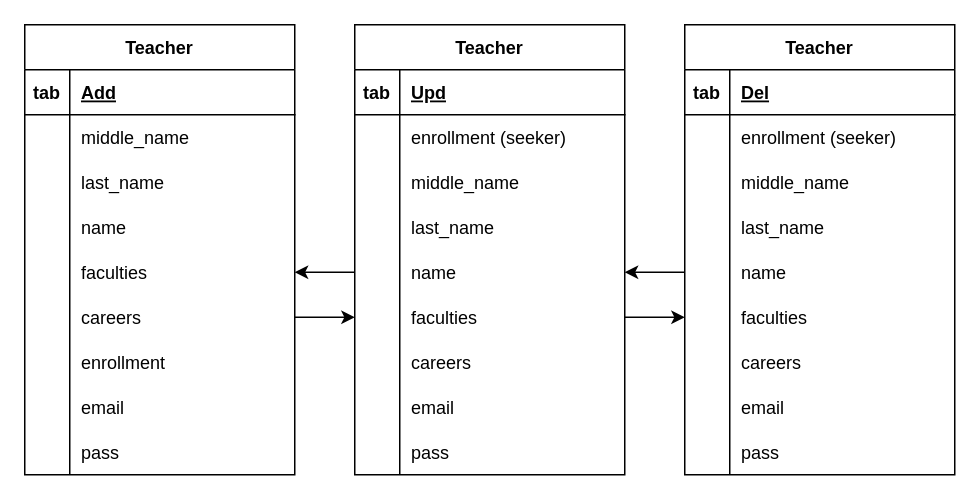
miguelrang/InscripcionHorarioSIASE-UANL-SIMULACION-2.0 keeps this draw.io diagram as page "Teacher" (3 of 6) of Rectory.drawio. Above is the earlier version. Source tidied: cells renumbered, new cells numbered last; positions are measured from the earlier drawing's top-left corner, leaving out a move shared by most shapes. Both pictures are drawn from the tidied source at 150%, with x=0, y=0 at pixel (24, 24).
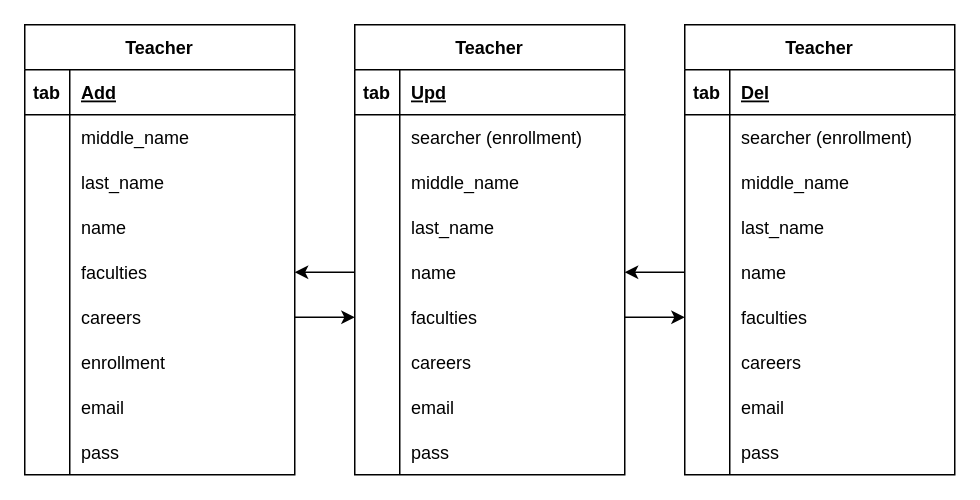
Above is the later version.

The change refers to these unchanged cells:
```xml
<mxCell id="34" style="shape=tableRow;horizontal=0;startSize=0;swimlaneHead=0;swimlaneBody=0;fillColor=none;top=0;left=0;right=0;bottom=0;" parent="30" vertex="1">
  <mxGeometry y="60" width="180" height="30" as="geometry" />
</mxCell>
<mxCell id="62" style="shape=tableRow;horizontal=0;startSize=0;swimlaneHead=0;swimlaneBody=0;fillColor=none;top=0;left=0;right=0;bottom=0;" parent="58" vertex="1">
  <mxGeometry y="60" width="180" height="30" as="geometry" />
</mxCell>
```

The edit, as a diff of the source:
```diff
@@
-    <mxCell id="36" value="enrollment (seeker)" style="shape=partialRectangle;fillColor=none;top=0;left=0;bottom=0;right=0;align=left;spacingLeft=6;overflow=hidden;" parent="34" vertex="1">
+    <mxCell id="36" value="searcher (enrollment)" style="shape=partialRectangle;fillColor=none;top=0;left=0;bottom=0;right=0;align=left;spacingLeft=6;overflow=hidden;" parent="34" vertex="1">
       <mxGeometry x="30" width="150" height="30" as="geometry" />
     </mxCell>
@@
-    <mxCell id="64" value="enrollment (seeker)" style="shape=partialRectangle;fillColor=none;top=0;left=0;bottom=0;right=0;align=left;spacingLeft=6;overflow=hidden;" parent="62" vertex="1">
+    <mxCell id="64" value="searcher (enrollment)" style="shape=partialRectangle;fillColor=none;top=0;left=0;bottom=0;right=0;align=left;spacingLeft=6;overflow=hidden;" parent="62" vertex="1">
       <mxGeometry x="30" width="150" height="30" as="geometry" />
     </mxCell>
```
